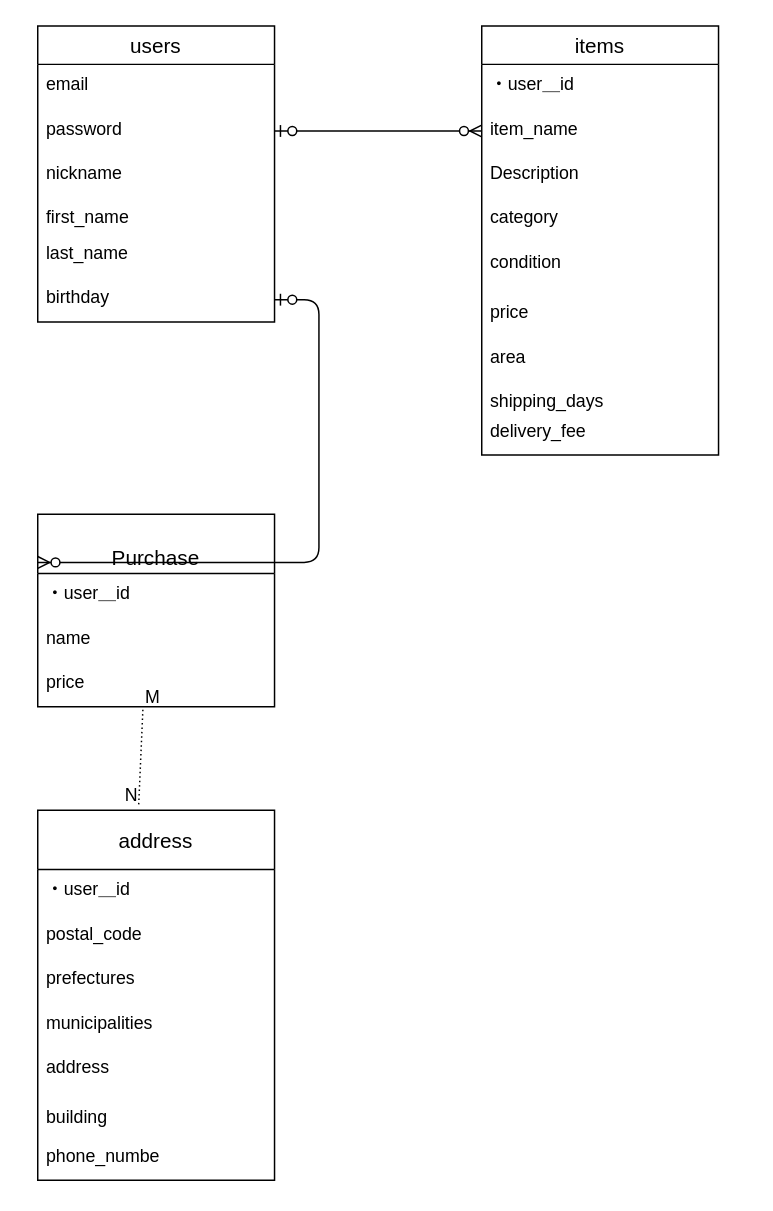
Above: er.dio in suna001/furima-29124 (draw.io), before the change. Source tidied: cells renumbered, new cells numbered last; positions are measured from the earlier drawing's top-left corner, leaving out a move shared by most shapes. Both pictures are drawn from the tidied source at 148%, with x=0, y=0 at pixel (37, 25).
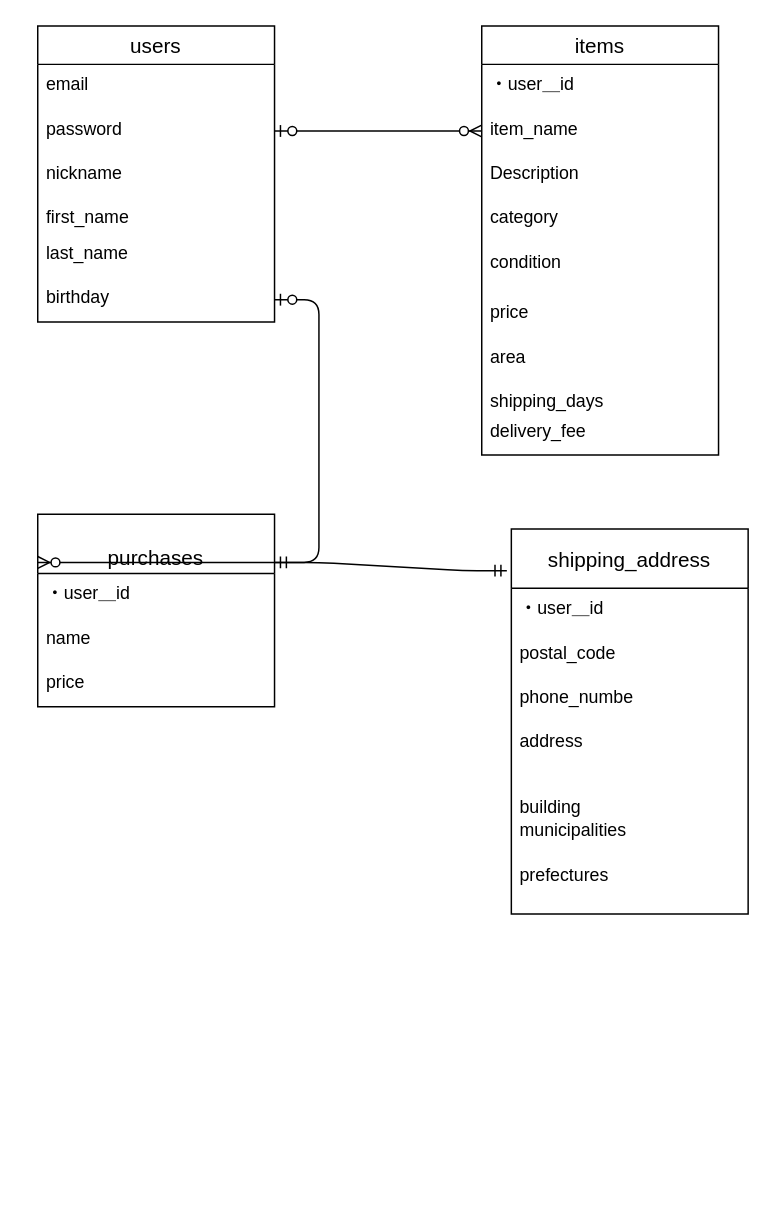
Above is the later version.

The change refers to these unchanged cells:
```xml
<mxCell id="13" value="birthday" style="text;strokeColor=none;fillColor=none;spacingLeft=4;spacingRight=4;overflow=hidden;points=[[0,0.5],[1,0.5]];portConstraint=eastwest;fontSize=12;" parent="1" vertex="1">
  <mxGeometry y="170" width="160" height="30" as="geometry" />
</mxCell>
<mxCell id="23" value="price" style="text;strokeColor=none;fillColor=none;spacingLeft=4;spacingRight=4;overflow=hidden;points=[[0,0.5],[1,0.5]];portConstraint=eastwest;fontSize=12;" parent="20" vertex="1">
  <mxGeometry y="100" width="160" height="30" as="geometry" />
</mxCell>
```

Change to the diagram source:
```diff
@@
-    <mxCell id="20" value="&#10;Purchase" style="swimlane;fontStyle=0;horizontal=1;startSize=40;align=center;fontSize=14;" parent="1" vertex="1">
+    <mxCell id="20" value="&#10;purchases" style="swimlane;fontStyle=0;horizontal=1;startSize=40;align=center;fontSize=14;" parent="1" vertex="1">
       <mxGeometry y="330" width="160" height="130" as="geometry" />
     </mxCell>
@@
+    <mxCell id="35" style="edgeStyle=entityRelationEdgeStyle;fontSize=12;html=1;endArrow=ERzeroToMany;startArrow=ERzeroToOne;entryX=0;entryY=0.25;entryDx=0;entryDy=0;" parent="1" edge="1" source="13" target="20">
+      <mxGeometry relative="1" as="geometry" />
+    </mxCell>
-    <mxCell id="24" value="address" style="swimlane;fontStyle=0;horizontal=1;startSize=40;align=center;fontSize=14;" parent="1" vertex="1">
-      <mxGeometry y="530" width="160" height="250" as="geometry" />
+    <mxCell id="24" value="shipping_address" style="swimlane;fontStyle=0;horizontal=1;startSize=40;align=center;fontSize=14;" parent="1" vertex="1">
+      <mxGeometry x="320" y="340" width="160" height="260" as="geometry" />
     </mxCell>
@@
-    <mxCell id="27" value="prefectures" style="text;strokeColor=none;fillColor=none;spacingLeft=4;spacingRight=4;overflow=hidden;fontSize=12;" parent="24" vertex="1">
-      <mxGeometry y="100" width="160" height="150" as="geometry" />
-    </mxCell>
-    <mxCell id="28" value="municipalities" style="text;strokeColor=none;fillColor=none;spacingLeft=4;spacingRight=4;overflow=hidden;fontSize=12;" parent="1" vertex="1">
-      <mxGeometry y="660" width="160" height="30" as="geometry" />
-    </mxCell>
-    <mxCell id="29" value="phone_numbe" style="text;strokeColor=none;fillColor=none;spacingLeft=4;spacingRight=4;overflow=hidden;fontSize=12;" parent="1" vertex="1">
-      <mxGeometry y="750" width="160" height="30" as="geometry" />
+    <mxCell id="29" value="phone_numbe" style="text;strokeColor=none;fillColor=none;spacingLeft=4;spacingRight=4;overflow=hidden;fontSize=12;" parent="24" vertex="1">
+      <mxGeometry y="100" width="160" height="30" as="geometry" />
     </mxCell>
-    <mxCell id="30" value="address" style="text;strokeColor=none;fillColor=none;spacingLeft=4;spacingRight=4;overflow=hidden;fontSize=12;" parent="1" vertex="1">
-      <mxGeometry y="690" width="160" height="30" as="geometry" />
+    <mxCell id="30" value="address" style="text;strokeColor=none;fillColor=none;spacingLeft=4;spacingRight=4;overflow=hidden;fontSize=12;" parent="24" vertex="1">
+      <mxGeometry y="130" width="160" height="30" as="geometry" />
     </mxCell>
-    <mxCell id="31" value="&#10;building" style="text;strokeColor=none;fillColor=none;spacingLeft=4;spacingRight=4;overflow=hidden;fontSize=12;" parent="1" vertex="1">
-      <mxGeometry y="710" width="160" height="30" as="geometry" />
+    <mxCell id="31" value="&#10;building" style="text;strokeColor=none;fillColor=none;spacingLeft=4;spacingRight=4;overflow=hidden;fontSize=12;" parent="24" vertex="1">
+      <mxGeometry y="160" width="160" height="30" as="geometry" />
     </mxCell>
-    <mxCell id="32" style="endArrow=none;html=1;rounded=0;dashed=1;dashPattern=1 2;exitX=0.444;exitY=1.068;exitDx=0;exitDy=0;exitPerimeter=0;entryX=0.426;entryY=-0.01;entryDx=0;entryDy=0;entryPerimeter=0;" parent="1" edge="1" source="23" target="24">
-      <mxGeometry relative="1" as="geometry" />
-    </mxCell>
-    <mxCell id="33" value="M" style="html=1;align=left;verticalAlign=bottom;" parent="32" vertex="1">
-      <mxGeometry x="-1" relative="1" as="geometry" />
-    </mxCell>
-    <mxCell id="34" value="N" style="html=1;align=right;verticalAlign=bottom;" parent="32" vertex="1">
-      <mxGeometry x="1" relative="1" as="geometry" />
-    </mxCell>
-    <mxCell id="35" style="edgeStyle=entityRelationEdgeStyle;fontSize=12;html=1;endArrow=ERzeroToMany;startArrow=ERzeroToOne;entryX=0;entryY=0.25;entryDx=0;entryDy=0;" parent="1" edge="1" source="13" target="20">
-      <mxGeometry relative="1" as="geometry" />
-    </mxCell>
+    <mxCell id="28" value="municipalities" style="text;strokeColor=none;fillColor=none;spacingLeft=4;spacingRight=4;overflow=hidden;fontSize=12;" parent="24" vertex="1">
+      <mxGeometry y="190" width="160" height="30" as="geometry" />
+    </mxCell>
+    <mxCell id="27" value="prefectures" style="text;strokeColor=none;fillColor=none;spacingLeft=4;spacingRight=4;overflow=hidden;fontSize=12;" parent="24" vertex="1">
+      <mxGeometry y="220" width="160" height="40" as="geometry" />
+    </mxCell>
+    <mxCell id="36" style="edgeStyle=entityRelationEdgeStyle;fontSize=12;html=1;endArrow=ERmandOne;startArrow=ERmandOne;exitX=1;exitY=0.25;exitDx=0;exitDy=0;entryX=-0.019;entryY=0.108;entryDx=0;entryDy=0;entryPerimeter=0;" parent="1" edge="1" source="20" target="24">
+      <mxGeometry relative="1" as="geometry" />
+    </mxCell>
```
